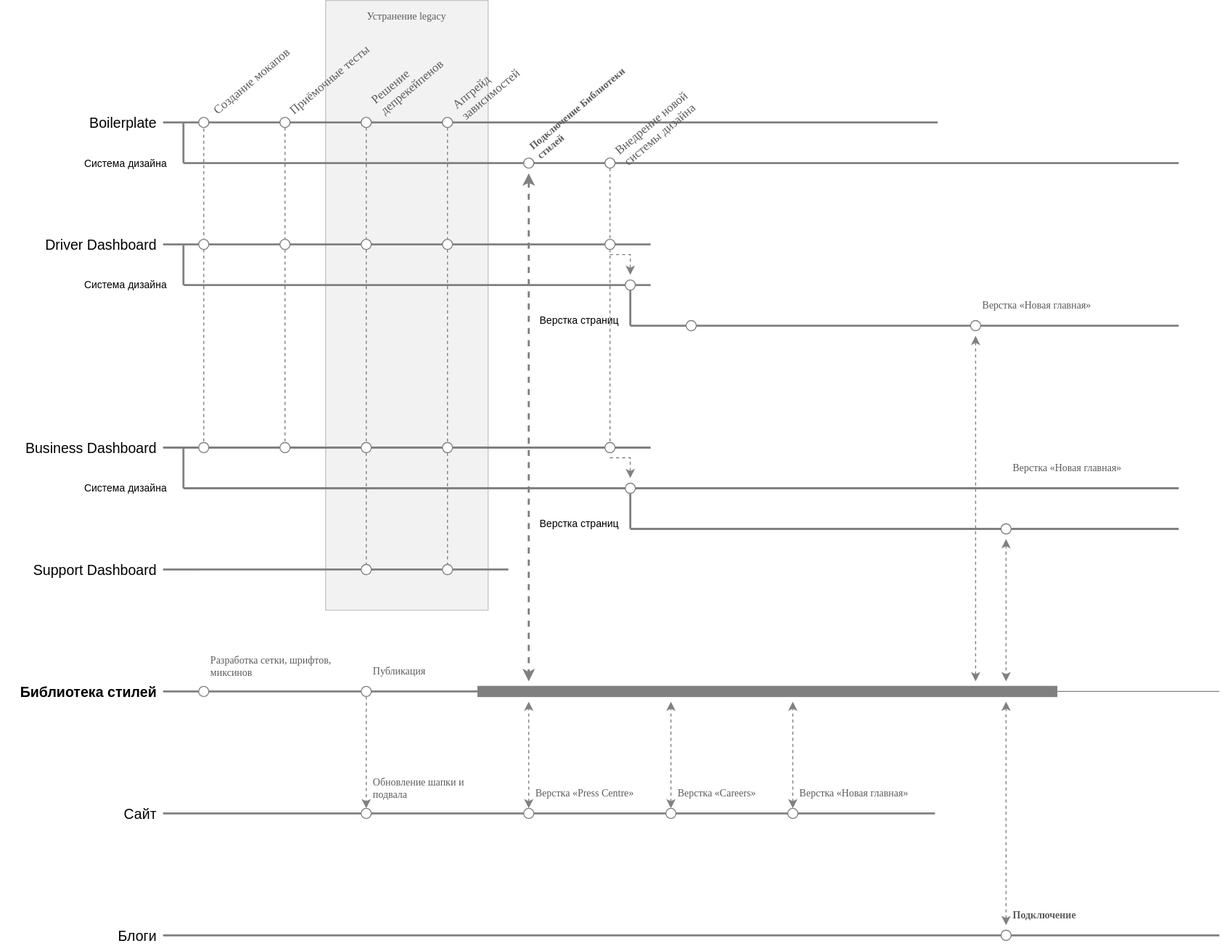
Before: web-roadmaps.svg, a diagram exported from draw.io (ajile/draw-io). Source tidied: cells renumbered, new cells last; positions are measured from the earlier drawing's top-left corner, leaving out a move shared by most shapes.
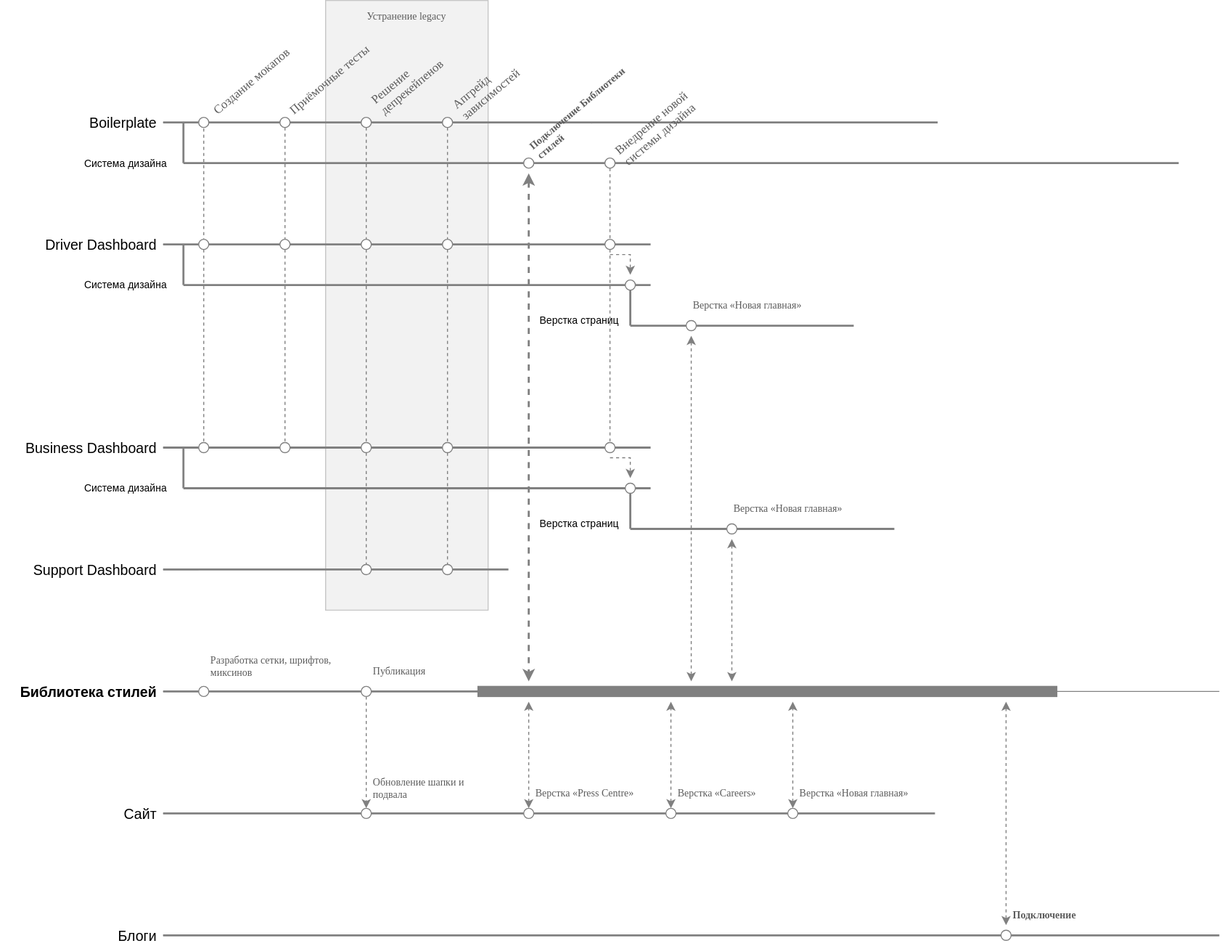
After the commit.

Diff of the diagram source:
```diff
@@ -278,18 +278,18 @@
       </mxGeometry>
     </mxCell>
     <mxCell id="77" value="Верстка «Новая главная»" style="text;html=1;strokeColor=none;fillColor=none;align=left;verticalAlign=middle;whiteSpace=wrap;rounded=0;shadow=0;fontFamily=Verdana;fontSize=10;fontColor=#5C5C5C;horizontal=1;" parent="1" vertex="1">
-      <mxGeometry x="965" y="290" width="165" height="20" as="geometry" />
+      <mxGeometry x="680" y="290" width="165" height="20" as="geometry" />
     </mxCell>
     <mxCell id="78" style="edgeStyle=orthogonalEdgeStyle;rounded=0;html=1;dashed=1;labelBackgroundColor=none;startArrow=classic;startFill=1;endArrow=classic;endFill=1;jettySize=auto;orthogonalLoop=1;strokeColor=#808080;strokeWidth=1;fontFamily=Verdana;fontSize=10;fontColor=#5C5C5C;" parent="1" edge="1">
       <mxGeometry relative="1" as="geometry">
-        <mxPoint x="960" y="330" as="sourcePoint" />
-        <mxPoint x="960" y="670" as="targetPoint" />
+        <mxPoint x="680" y="330" as="sourcePoint" />
+        <mxPoint x="680" y="670" as="targetPoint" />
       </mxGeometry>
     </mxCell>
     <mxCell id="79" style="endArrow=none;html=1;labelBackgroundColor=none;strokeColor=#808080;strokeWidth=2;fontFamily=Verdana;fontSize=12;fontColor=#5C5C5C;" parent="1" edge="1">
       <mxGeometry relative="1" as="geometry">
         <mxPoint x="180" y="480" as="sourcePoint" />
-        <mxPoint x="1160" y="480" as="targetPoint" />
+        <mxPoint x="640" y="480" as="targetPoint" />
       </mxGeometry>
     </mxCell>
     <mxCell id="80" style="endArrow=none;html=1;labelBackgroundColor=none;strokeColor=#808080;strokeWidth=2;fontFamily=Verdana;fontSize=12;fontColor=#5C5C5C;" parent="1" edge="1">
@@ -299,12 +299,12 @@
       </mxGeometry>
     </mxCell>
     <mxCell id="81" value="Верстка «Новая главная»" style="text;html=1;strokeColor=none;fillColor=none;align=left;verticalAlign=middle;whiteSpace=wrap;rounded=0;shadow=0;fontFamily=Verdana;fontSize=10;fontColor=#5C5C5C;horizontal=1;" parent="1" vertex="1">
-      <mxGeometry x="995" y="450" width="165" height="20" as="geometry" />
+      <mxGeometry x="720" y="490" width="165" height="20" as="geometry" />
     </mxCell>
     <mxCell id="82" style="edgeStyle=orthogonalEdgeStyle;rounded=0;html=1;dashed=1;labelBackgroundColor=none;startArrow=classic;startFill=1;endArrow=classic;endFill=1;jettySize=auto;orthogonalLoop=1;strokeColor=#808080;strokeWidth=1;fontFamily=Verdana;fontSize=10;fontColor=#5C5C5C;" parent="1" edge="1">
       <mxGeometry relative="1" as="geometry">
-        <mxPoint x="990" y="530" as="sourcePoint" />
-        <mxPoint x="990" y="670" as="targetPoint" />
+        <mxPoint x="720" y="530" as="sourcePoint" />
+        <mxPoint x="720" y="670" as="targetPoint" />
       </mxGeometry>
     </mxCell>
     <mxCell id="83" style="endArrow=none;html=1;labelBackgroundColor=none;strokeColor=#808080;strokeWidth=2;fontFamily=Verdana;fontSize=12;fontColor=#5C5C5C;" parent="1" edge="1">
@@ -399,7 +399,7 @@
     <mxCell id="105" style="endArrow=none;html=1;labelBackgroundColor=none;strokeColor=#808080;strokeWidth=2;fontFamily=Verdana;fontSize=12;fontColor=#5C5C5C;" parent="1" edge="1">
       <mxGeometry relative="1" as="geometry">
         <mxPoint x="620" y="320" as="sourcePoint" />
-        <mxPoint x="1160" y="320" as="targetPoint" />
+        <mxPoint x="840" y="320" as="targetPoint" />
       </mxGeometry>
     </mxCell>
     <mxCell id="106" value="&lt;div style=&quot;text-align: left; font-size: 10px;&quot;&gt;Система дизайна&lt;/div&gt;" style="text;html=1;strokeColor=none;fillColor=none;align=right;verticalAlign=middle;whiteSpace=wrap;rounded=0;spacingRight=5;fontSize=10;" parent="1" vertex="1">
@@ -409,11 +409,8 @@
       <mxGeometry x="615" y="275" width="10" height="10" as="geometry" />
     </mxCell>
     <mxCell id="108" style="ellipse;whiteSpace=wrap;html=1;rounded=0;shadow=0;strokeColor=#808080;strokeWidth=1;fillColor=#ffffff;gradientColor=none;fontFamily=Verdana;fontSize=12;fontColor=#5C5C5C;align=left;" parent="1" vertex="1">
-      <mxGeometry x="955" y="315" width="10" height="10" as="geometry" />
+      <mxGeometry x="675" y="315" width="10" height="10" as="geometry" />
     </mxCell>
-    <mxCell id="109" style="ellipse;whiteSpace=wrap;html=1;rounded=0;shadow=0;strokeColor=#808080;strokeWidth=1;fillColor=#ffffff;gradientColor=none;fontFamily=Verdana;fontSize=12;fontColor=#5C5C5C;align=left;" parent="1" vertex="1">
-      <mxGeometry x="675" y="315" width="10" height="10" as="geometry" />
-    </mxCell>
     <mxCell id="110" style="edgeStyle=orthogonalEdgeStyle;rounded=0;html=1;dashed=1;labelBackgroundColor=none;startArrow=none;startFill=0;endArrow=classic;endFill=1;jettySize=auto;orthogonalLoop=1;strokeColor=#808080;strokeWidth=1;fontFamily=Verdana;fontSize=10;fontColor=#5C5C5C;" parent="1" edge="1">
       <mxGeometry relative="1" as="geometry">
         <mxPoint x="600" y="250" as="sourcePoint" />
@@ -435,7 +432,7 @@
     <mxCell id="114" style="endArrow=none;html=1;labelBackgroundColor=none;strokeColor=#808080;strokeWidth=2;fontFamily=Verdana;fontSize=12;fontColor=#5C5C5C;" parent="1" edge="1">
       <mxGeometry relative="1" as="geometry">
         <mxPoint x="620" y="520" as="sourcePoint" />
-        <mxPoint x="1160" y="520" as="targetPoint" />
+        <mxPoint x="880" y="520" as="targetPoint" />
       </mxGeometry>
     </mxCell>
     <mxCell id="115" style="edgeStyle=orthogonalEdgeStyle;rounded=0;html=1;dashed=1;labelBackgroundColor=none;startArrow=none;startFill=0;endArrow=classic;endFill=1;jettySize=auto;orthogonalLoop=1;strokeColor=#808080;strokeWidth=1;fontFamily=Verdana;fontSize=10;fontColor=#5C5C5C;" parent="1" edge="1">
@@ -451,7 +448,7 @@
       <mxGeometry x="495" y="505" width="120" height="20" as="geometry" />
     </mxCell>
     <mxCell id="118" style="ellipse;whiteSpace=wrap;html=1;rounded=0;shadow=0;strokeColor=#808080;strokeWidth=1;fillColor=#ffffff;gradientColor=none;fontFamily=Verdana;fontSize=12;fontColor=#5C5C5C;align=left;" parent="1" vertex="1">
-      <mxGeometry x="985" y="515" width="10" height="10" as="geometry" />
+      <mxGeometry x="715" y="515" width="10" height="10" as="geometry" />
     </mxCell>
   </root>
 </mxGraphModel>
```
